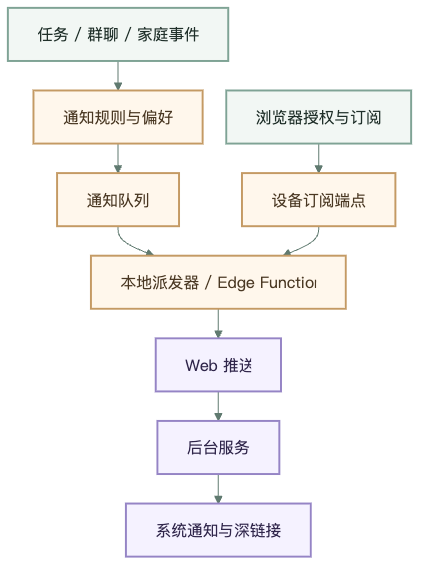
Above: docs/assets/notification-pipeline-mobile.png in sujianleo/Family (Mermaid), before the change. Its source is kept beside it as docs/notification-pipeline-mobile.mmd.
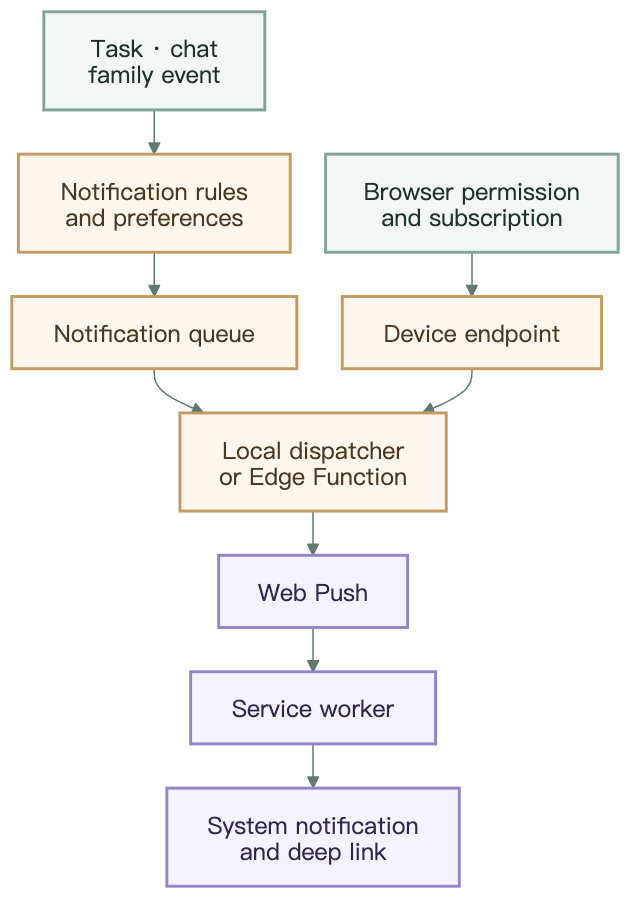
After the commit.

Change to the diagram source:
```diff
@@ -1,13 +1,13 @@
-%%{init: {"theme": "base", "themeVariables": {"fontFamily": "system-ui, sans-serif", "primaryColor": "#F2F7F4", "primaryTextColor": "#20302A", "primaryBorderColor": "#7FA395", "lineColor": "#607A70", "secondaryColor": "#FFF7EC", "tertiaryColor": "#F5F2FF"}, "flowchart": {"curve": "basis", "nodeSpacing": 24, "rankSpacing": 30}}}%%
+%%{init: {"theme": "base", "htmlLabels": false, "themeVariables": {"fontFamily": "Arial, sans-serif", "primaryColor": "#F2F7F4", "primaryTextColor": "#20302A", "primaryBorderColor": "#7FA395", "lineColor": "#607A70", "secondaryColor": "#FFF7EC", "tertiaryColor": "#F5F2FF"}, "flowchart": {"curve": "basis", "nodeSpacing": 24, "rankSpacing": 30, "htmlLabels": false}}}%%
 flowchart TB
-  EVENT["任务 / 群聊 / 家庭事件"] --> STORE["通知规则与偏好"]
-  STORE --> QUEUE["通知队列"]
-  DEVICE["浏览器授权与订阅"] --> ENDPOINT["设备订阅端点"]
-  QUEUE --> DISPATCH["本地派发器 / Edge Function"]
+  EVENT["Task · chat<br/>family event"] --> STORE["Notification rules<br/>and preferences"]
+  STORE --> QUEUE["Notification queue"]
+  DEVICE["Browser permission<br/>and subscription"] --> ENDPOINT["Device endpoint"]
+  QUEUE --> DISPATCH["Local dispatcher<br/>or Edge Function"]
   ENDPOINT --> DISPATCH
-  DISPATCH --> PUSH["Web 推送"]
-  PUSH --> SW["后台服务"]
-  SW --> UI["系统通知与深链接"]
+  DISPATCH --> PUSH["Web Push"]
+  PUSH --> SW["Service worker"]
+  SW --> UI["System notification<br/>and deep link"]
 
   classDef event fill:#F2F7F4,stroke:#7FA395,color:#20302A,stroke-width:2px;
   classDef process fill:#FFF7EC,stroke:#C49A64,color:#4A3823,stroke-width:2px;
```
